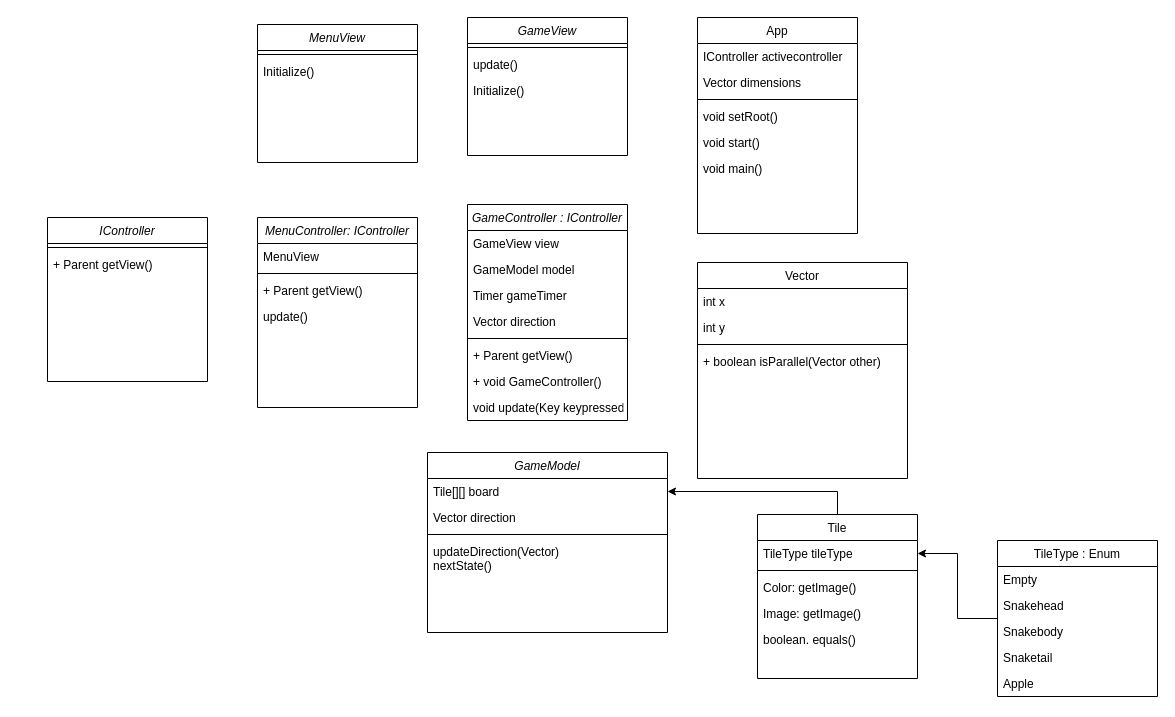
Buildasaurus/02104-Snake keeps this draw.io diagram as Documentation/MainClassDiagram.drawio. Above is the earlier version. Source tidied: cells renumbered, new cells numbered last; positions are measured from the earlier drawing's top-left corner, leaving out a move shared by most shapes. Both pictures are drawn from the tidied source at 100%, with x=0, y=0 at pixel (47, 17).
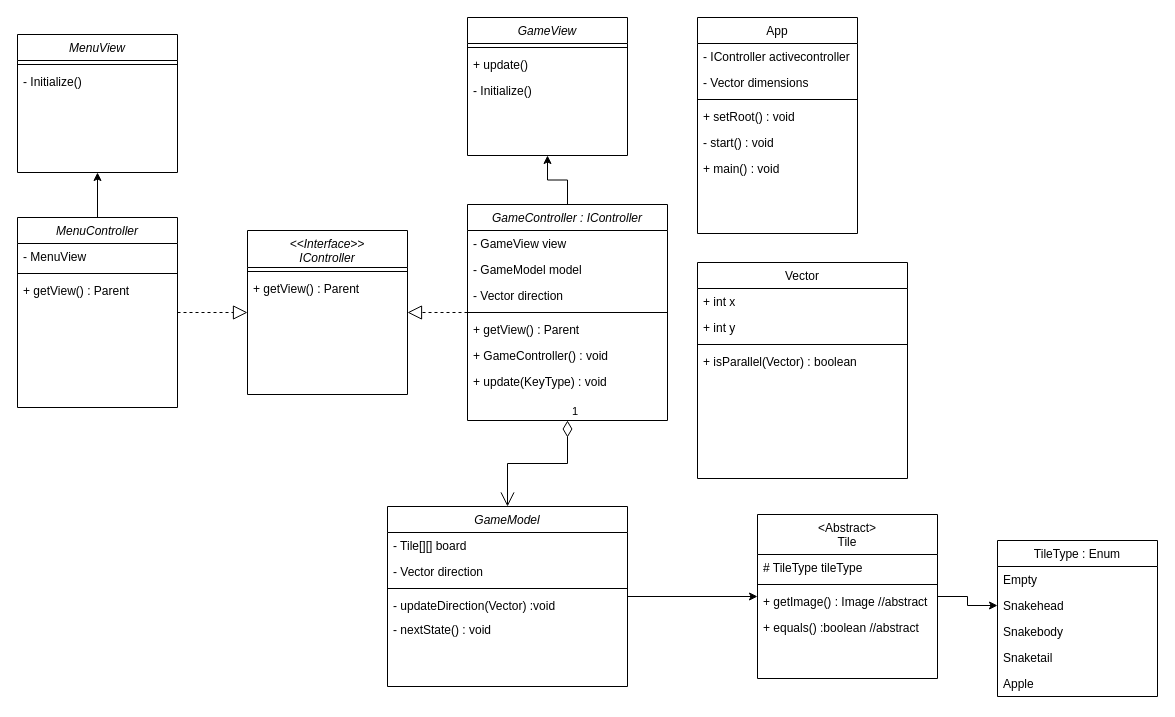
After the change.

Commit message (it also covers changes not shown here):
More flowchart + comments

The change refers to these unchanged cells:
```xml
<mxCell id="15" value="TileType : Enum" style="swimlane;fontStyle=0;align=center;verticalAlign=top;horizontal=1;startSize=26;rounded=0;shadow=0;strokeWidth=1;" parent="1" vertex="1">
  <mxGeometry x="950" y="523" width="160" height="156" as="geometry" />
</mxCell>
<mxCell id="17" value="Snakehead" style="text;align=left;verticalAlign=top;spacingLeft=4;spacingRight=4;overflow=hidden;points=[[0,0.5],[1,0.5]];portConstraint=eastwest;" parent="15" vertex="1">
  <mxGeometry y="52" width="160" height="26" as="geometry" />
</mxCell>
<mxCell id="21" value="Vector" style="swimlane;fontStyle=0;align=center;verticalAlign=top;horizontal=1;startSize=26;rounded=0;shadow=0;strokeWidth=1;" parent="1" vertex="1">
  <mxGeometry x="650" y="245" width="210" height="216" as="geometry" />
</mxCell>
<mxCell id="26" value="GameView" style="swimlane;fontStyle=2;align=center;verticalAlign=top;horizontal=1;startSize=26;rounded=0;shadow=0;strokeWidth=1;" parent="1" vertex="1">
  <mxGeometry x="420" width="160" height="138" as="geometry" />
</mxCell>
<mxCell id="33" value="App" style="swimlane;fontStyle=0;align=center;verticalAlign=top;horizontal=1;startSize=26;rounded=0;shadow=0;strokeWidth=1;" parent="1" vertex="1">
  <mxGeometry x="650" width="160" height="216" as="geometry" />
</mxCell>
```

What changed in the source:
```diff
@@
+    <mxCell id="57" style="edgeStyle=orthogonalEdgeStyle;rounded=0;jettySize=auto;html=1;" parent="1" edge="1" source="2" target="8">
+      <mxGeometry relative="1" as="geometry" />
+    </mxCell>
     <mxCell id="2" value="GameModel" style="swimlane;fontStyle=2;align=center;verticalAlign=top;horizontal=1;startSize=26;rounded=0;shadow=0;strokeWidth=1;" parent="1" vertex="1">
-      <mxGeometry x="380" y="435" width="240" height="180" as="geometry" />
+      <mxGeometry x="340" y="489" width="240" height="180" as="geometry" />
     </mxCell>
-    <mxCell id="3" value="Tile[][] board" style="text;align=left;verticalAlign=top;spacingLeft=4;spacingRight=4;overflow=hidden;points=[[0,0.5],[1,0.5]];portConstraint=eastwest;" parent="2" vertex="1">
+    <mxCell id="3" value="- Tile[][] board" style="text;align=left;verticalAlign=top;spacingLeft=4;spacingRight=4;overflow=hidden;points=[[0,0.5],[1,0.5]];portConstraint=eastwest;" parent="2" vertex="1">
       <mxGeometry y="26" width="240" height="26" as="geometry" />
     </mxCell>
-    <mxCell id="4" value="Vector direction" style="text;align=left;verticalAlign=top;spacingLeft=4;spacingRight=4;overflow=hidden;rounded=0;shadow=0;html=0;" parent="2" vertex="1">
+    <mxCell id="4" value="- Vector direction" style="text;align=left;verticalAlign=top;spacingLeft=4;spacingRight=4;overflow=hidden;rounded=0;shadow=0;html=0;" parent="2" vertex="1">
       <mxGeometry y="52" width="240" height="26" as="geometry" />
     </mxCell>
@@
-    <mxCell id="6" value="updateDirection(Vector)&#10;nextState()" style="text;align=left;verticalAlign=top;spacingLeft=4;spacingRight=4;overflow=hidden;" parent="2" vertex="1">
-      <mxGeometry y="86" width="240" height="68" as="geometry" />
+    <mxCell id="6" value="- updateDirection(Vector) :void " style="text;align=left;verticalAlign=top;spacingLeft=4;spacingRight=4;overflow=hidden;" parent="2" vertex="1">
+      <mxGeometry y="86" width="240" height="24" as="geometry" />
     </mxCell>
-    <mxCell id="7" style="edgeStyle=orthogonalEdgeStyle;rounded=0;jettySize=auto;html=1;" parent="1" edge="1" source="8" target="3">
-      <mxGeometry relative="1" as="geometry" />
-    </mxCell>
+    <mxCell id="58" value="- nextState() : void " style="text;align=left;verticalAlign=top;spacingLeft=4;spacingRight=4;overflow=hidden;" parent="2" vertex="1">
+      <mxGeometry y="110" width="240" height="24" as="geometry" />
+    </mxCell>
+    <mxCell id="59" style="edgeStyle=orthogonalEdgeStyle;rounded=0;jettySize=auto;html=1;" parent="1" edge="1" source="8" target="17">
+      <mxGeometry relative="1" as="geometry" />
+    </mxCell>
-    <mxCell id="8" value="Tile" style="swimlane;fontStyle=0;align=center;verticalAlign=top;horizontal=1;startSize=26;rounded=0;shadow=0;strokeWidth=1;" parent="1" vertex="1">
-      <mxGeometry x="710" y="497" width="160" height="164" as="geometry" />
+    <mxCell id="8" value="&lt;Abstract&gt;&#10;Tile" style="swimlane;fontStyle=0;align=center;verticalAlign=top;horizontal=1;startSize=40;rounded=0;shadow=0;strokeWidth=1;" parent="1" vertex="1">
+      <mxGeometry x="710" y="497" width="180" height="164" as="geometry" />
     </mxCell>
-    <mxCell id="9" value="TileType tileType" style="text;align=left;verticalAlign=top;spacingLeft=4;spacingRight=4;overflow=hidden;points=[[0,0.5],[1,0.5]];portConstraint=eastwest;" parent="8" vertex="1">
-      <mxGeometry y="26" width="160" height="26" as="geometry" />
+    <mxCell id="9" value="# TileType tileType" style="text;align=left;verticalAlign=top;spacingLeft=4;spacingRight=4;overflow=hidden;points=[[0,0.5],[1,0.5]];portConstraint=eastwest;" parent="8" vertex="1">
+      <mxGeometry y="40" width="180" height="26" as="geometry" />
     </mxCell>
     <mxCell id="10" style="line;html=1;strokeWidth=1;align=left;verticalAlign=middle;spacingTop=-1;spacingLeft=3;spacingRight=3;labelPosition=right;" parent="8" vertex="1">
-      <mxGeometry y="52" width="160" height="8" as="geometry" />
+      <mxGeometry y="66" width="180" height="8" as="geometry" />
     </mxCell>
-    <mxCell id="11" value="Color: getImage()" style="text;align=left;verticalAlign=top;spacingLeft=4;spacingRight=4;overflow=hidden;fontStyle=0;" parent="8" vertex="1">
-      <mxGeometry y="60" width="160" height="26" as="geometry" />
-    </mxCell>
-    <mxCell id="12" value="Image: getImage()" style="text;align=left;verticalAlign=top;spacingLeft=4;spacingRight=4;overflow=hidden;" parent="8" vertex="1">
-      <mxGeometry y="86" width="160" height="26" as="geometry" />
+    <mxCell id="12" value="+ getImage() : Image //abstract" style="text;align=left;verticalAlign=top;spacingLeft=4;spacingRight=4;overflow=hidden;" parent="8" vertex="1">
+      <mxGeometry y="74" width="180" height="26" as="geometry" />
     </mxCell>
-    <mxCell id="13" value="boolean. equals()" style="text;align=left;verticalAlign=top;spacingLeft=4;spacingRight=4;overflow=hidden;" parent="8" vertex="1">
-      <mxGeometry y="112" width="160" height="26" as="geometry" />
+    <mxCell id="13" value="+ equals() :boolean //abstract" style="text;align=left;verticalAlign=top;spacingLeft=4;spacingRight=4;overflow=hidden;" parent="8" vertex="1">
+      <mxGeometry y="100" width="180" height="26" as="geometry" />
     </mxCell>
-    <mxCell id="14" style="edgeStyle=orthogonalEdgeStyle;rounded=0;jettySize=auto;html=1;" parent="1" edge="1" source="15" target="9">
-      <mxGeometry relative="1" as="geometry" />
-    </mxCell>
@@
-    <mxCell id="22" value="int x" style="text;align=left;verticalAlign=top;spacingLeft=4;spacingRight=4;overflow=hidden;" parent="21" vertex="1">
+    <mxCell id="22" value="+ int x" style="text;align=left;verticalAlign=top;spacingLeft=4;spacingRight=4;overflow=hidden;" parent="21" vertex="1">
       <mxGeometry y="26" width="210" height="26" as="geometry" />
     </mxCell>
-    <mxCell id="23" value="int y" style="text;align=left;verticalAlign=top;spacingLeft=4;spacingRight=4;overflow=hidden;rounded=0;shadow=0;html=0;" parent="21" vertex="1">
+    <mxCell id="23" value="+ int y" style="text;align=left;verticalAlign=top;spacingLeft=4;spacingRight=4;overflow=hidden;rounded=0;shadow=0;html=0;" parent="21" vertex="1">
       <mxGeometry y="52" width="210" height="26" as="geometry" />
     </mxCell>
@@
-    <mxCell id="25" value="+ boolean isParallel(Vector other)" style="text;align=left;verticalAlign=top;spacingLeft=4;spacingRight=4;overflow=hidden;" parent="21" vertex="1">
+    <mxCell id="25" value="+ isParallel(Vector) : boolean " style="text;align=left;verticalAlign=top;spacingLeft=4;spacingRight=4;overflow=hidden;" parent="21" vertex="1">
       <mxGeometry y="86" width="210" height="26" as="geometry" />
     </mxCell>
@@
-    <mxCell id="28" value="update()" style="text;align=left;verticalAlign=top;spacingLeft=4;spacingRight=4;overflow=hidden;" parent="26" vertex="1">
+    <mxCell id="28" value="+ update()" style="text;align=left;verticalAlign=top;spacingLeft=4;spacingRight=4;overflow=hidden;" parent="26" vertex="1">
       <mxGeometry y="34" width="160" height="26" as="geometry" />
     </mxCell>
-    <mxCell id="29" value="Initialize()" style="text;align=left;verticalAlign=top;spacingLeft=4;spacingRight=4;overflow=hidden;" parent="26" vertex="1">
+    <mxCell id="29" value="- Initialize()" style="text;align=left;verticalAlign=top;spacingLeft=4;spacingRight=4;overflow=hidden;" parent="26" vertex="1">
       <mxGeometry y="60" width="160" height="26" as="geometry" />
     </mxCell>
-    <mxCell id="30" value="IController" style="swimlane;fontStyle=2;align=center;verticalAlign=top;horizontal=1;startSize=26;rounded=0;shadow=0;strokeWidth=1;" parent="1" vertex="1">
-      <mxGeometry y="200" width="160" height="164" as="geometry" />
+    <mxCell id="30" value="&lt;&lt;Interface&gt;&gt;&#10;IController" style="swimlane;fontStyle=2;align=center;verticalAlign=top;horizontal=1;startSize=37;rounded=0;shadow=0;strokeWidth=1;" parent="1" vertex="1">
+      <mxGeometry x="200" y="213" width="160" height="164" as="geometry" />
     </mxCell>
     <mxCell id="31" style="line;html=1;strokeWidth=1;align=left;verticalAlign=middle;spacingTop=-1;spacingLeft=3;spacingRight=3;labelPosition=right;" parent="30" vertex="1">
-      <mxGeometry y="26" width="160" height="8" as="geometry" />
+      <mxGeometry y="37" width="160" height="8" as="geometry" />
     </mxCell>
-    <mxCell id="32" value="+ Parent getView()" style="text;align=left;verticalAlign=top;spacingLeft=4;spacingRight=4;overflow=hidden;" parent="30" vertex="1">
-      <mxGeometry y="34" width="160" height="26" as="geometry" />
+    <mxCell id="32" value="+ getView() : Parent " style="text;align=left;verticalAlign=top;spacingLeft=4;spacingRight=4;overflow=hidden;" parent="30" vertex="1">
+      <mxGeometry y="45" width="160" height="26" as="geometry" />
     </mxCell>
@@
-    <mxCell id="34" value="IController activecontroller" style="text;align=left;verticalAlign=top;spacingLeft=4;spacingRight=4;overflow=hidden;" parent="33" vertex="1">
+    <mxCell id="34" value="- IController activecontroller" style="text;align=left;verticalAlign=top;spacingLeft=4;spacingRight=4;overflow=hidden;" parent="33" vertex="1">
       <mxGeometry y="26" width="160" height="26" as="geometry" />
     </mxCell>
-    <mxCell id="35" value="Vector dimensions" style="text;align=left;verticalAlign=top;spacingLeft=4;spacingRight=4;overflow=hidden;" parent="33" vertex="1">
+    <mxCell id="35" value="- Vector dimensions" style="text;align=left;verticalAlign=top;spacingLeft=4;spacingRight=4;overflow=hidden;" parent="33" vertex="1">
       <mxGeometry y="52" width="160" height="26" as="geometry" />
     </mxCell>
@@
-    <mxCell id="37" value="void setRoot()" style="text;align=left;verticalAlign=top;spacingLeft=4;spacingRight=4;overflow=hidden;" parent="33" vertex="1">
+    <mxCell id="37" value="+ setRoot() : void " style="text;align=left;verticalAlign=top;spacingLeft=4;spacingRight=4;overflow=hidden;" parent="33" vertex="1">
       <mxGeometry y="86" width="160" height="26" as="geometry" />
     </mxCell>
-    <mxCell id="38" value="void start()" style="text;align=left;verticalAlign=top;spacingLeft=4;spacingRight=4;overflow=hidden;" parent="33" vertex="1">
+    <mxCell id="38" value="- start() : void " style="text;align=left;verticalAlign=top;spacingLeft=4;spacingRight=4;overflow=hidden;" parent="33" vertex="1">
       <mxGeometry y="112" width="160" height="26" as="geometry" />
     </mxCell>
-    <mxCell id="39" value="void main()" style="text;align=left;verticalAlign=top;spacingLeft=4;spacingRight=4;overflow=hidden;" parent="33" vertex="1">
+    <mxCell id="39" value="+ main() : void " style="text;align=left;verticalAlign=top;spacingLeft=4;spacingRight=4;overflow=hidden;" parent="33" vertex="1">
       <mxGeometry y="138" width="160" height="26" as="geometry" />
     </mxCell>
+    <mxCell id="60" style="edgeStyle=orthogonalEdgeStyle;rounded=0;jettySize=auto;html=1;" parent="1" edge="1" source="40" target="26">
+      <mxGeometry relative="1" as="geometry" />
+    </mxCell>
     <mxCell id="40" value="GameController : IController" style="swimlane;fontStyle=2;align=center;verticalAlign=top;horizontal=1;startSize=26;rounded=0;shadow=0;strokeWidth=1;" parent="1" vertex="1">
-      <mxGeometry x="420" y="187" width="160" height="216" as="geometry" />
+      <mxGeometry x="420" y="187" width="200" height="216" as="geometry" />
     </mxCell>
-    <mxCell id="41" value="GameView view" style="text;align=left;verticalAlign=top;spacingLeft=4;spacingRight=4;overflow=hidden;rounded=0;shadow=0;html=0;" parent="40" vertex="1">
-      <mxGeometry y="26" width="160" height="26" as="geometry" />
+    <mxCell id="41" value="- GameView view" style="text;align=left;verticalAlign=top;spacingLeft=4;spacingRight=4;overflow=hidden;rounded=0;shadow=0;html=0;" parent="40" vertex="1">
+      <mxGeometry y="26" width="200" height="26" as="geometry" />
     </mxCell>
-    <mxCell id="42" value="GameModel model" style="text;align=left;verticalAlign=top;spacingLeft=4;spacingRight=4;overflow=hidden;rounded=0;shadow=0;html=0;" parent="40" vertex="1">
-      <mxGeometry y="52" width="160" height="26" as="geometry" />
+    <mxCell id="42" value="- GameModel model" style="text;align=left;verticalAlign=top;spacingLeft=4;spacingRight=4;overflow=hidden;rounded=0;shadow=0;html=0;" parent="40" vertex="1">
+      <mxGeometry y="52" width="200" height="26" as="geometry" />
     </mxCell>
-    <mxCell id="43" value="Timer gameTimer" style="text;align=left;verticalAlign=top;spacingLeft=4;spacingRight=4;overflow=hidden;rounded=0;shadow=0;html=0;" parent="40" vertex="1">
-      <mxGeometry y="78" width="160" height="26" as="geometry" />
-    </mxCell>
-    <mxCell id="44" value="Vector direction" style="text;align=left;verticalAlign=top;spacingLeft=4;spacingRight=4;overflow=hidden;rounded=0;shadow=0;html=0;" parent="40" vertex="1">
-      <mxGeometry y="104" width="160" height="26" as="geometry" />
+    <mxCell id="44" value="- Vector direction" style="text;align=left;verticalAlign=top;spacingLeft=4;spacingRight=4;overflow=hidden;rounded=0;shadow=0;html=0;" parent="40" vertex="1">
+      <mxGeometry y="78" width="200" height="26" as="geometry" />
     </mxCell>
     <mxCell id="45" style="line;html=1;strokeWidth=1;align=left;verticalAlign=middle;spacingTop=-1;spacingLeft=3;spacingRight=3;labelPosition=right;" parent="40" vertex="1">
-      <mxGeometry y="130" width="160" height="8" as="geometry" />
+      <mxGeometry y="104" width="200" height="8" as="geometry" />
     </mxCell>
-    <mxCell id="46" value="+ Parent getView()" style="text;align=left;verticalAlign=top;spacingLeft=4;spacingRight=4;overflow=hidden;" parent="40" vertex="1">
-      <mxGeometry y="138" width="160" height="26" as="geometry" />
+    <mxCell id="46" value="+ getView() : Parent" style="text;align=left;verticalAlign=top;spacingLeft=4;spacingRight=4;overflow=hidden;" parent="40" vertex="1">
+      <mxGeometry y="112" width="200" height="26" as="geometry" />
     </mxCell>
-    <mxCell id="47" value="+ void GameController()" style="text;align=left;verticalAlign=top;spacingLeft=4;spacingRight=4;overflow=hidden;" parent="40" vertex="1">
-      <mxGeometry y="164" width="160" height="26" as="geometry" />
+    <mxCell id="47" value="+ GameController() : void " style="text;align=left;verticalAlign=top;spacingLeft=4;spacingRight=4;overflow=hidden;" parent="40" vertex="1">
+      <mxGeometry y="138" width="200" height="26" as="geometry" />
     </mxCell>
-    <mxCell id="48" value="void update(Key keypressed)" style="text;align=left;verticalAlign=top;spacingLeft=4;spacingRight=4;overflow=hidden;" parent="40" vertex="1">
-      <mxGeometry y="190" width="160" height="26" as="geometry" />
+    <mxCell id="48" value="+ update(KeyType) : void" style="text;align=left;verticalAlign=top;spacingLeft=4;spacingRight=4;overflow=hidden;" parent="40" vertex="1">
+      <mxGeometry y="164" width="200" height="26" as="geometry" />
     </mxCell>
+    <mxCell id="61" style="edgeStyle=orthogonalEdgeStyle;rounded=0;jettySize=auto;html=1;" parent="1" edge="1" source="49" target="54">
+      <mxGeometry relative="1" as="geometry" />
+    </mxCell>
-    <mxCell id="49" value="MenuController: IController" style="swimlane;fontStyle=2;align=center;verticalAlign=top;horizontal=1;startSize=26;rounded=0;shadow=0;strokeWidth=1;" parent="1" vertex="1">
-      <mxGeometry x="210" y="200" width="160" height="190" as="geometry" />
+    <mxCell id="49" value="MenuController" style="swimlane;fontStyle=2;align=center;verticalAlign=top;horizontal=1;startSize=26;rounded=0;shadow=0;strokeWidth=1;" parent="1" vertex="1">
+      <mxGeometry x="-30" y="200" width="160" height="190" as="geometry" />
     </mxCell>
-    <mxCell id="50" value="MenuView" style="text;align=left;verticalAlign=top;spacingLeft=4;spacingRight=4;overflow=hidden;rounded=0;shadow=0;html=0;" parent="49" vertex="1">
+    <mxCell id="50" value="- MenuView" style="text;align=left;verticalAlign=top;spacingLeft=4;spacingRight=4;overflow=hidden;rounded=0;shadow=0;html=0;" parent="49" vertex="1">
       <mxGeometry y="26" width="160" height="26" as="geometry" />
     </mxCell>
@@
-    <mxCell id="52" value="+ Parent getView()" style="text;align=left;verticalAlign=top;spacingLeft=4;spacingRight=4;overflow=hidden;" parent="49" vertex="1">
+    <mxCell id="52" value="+ getView() : Parent " style="text;align=left;verticalAlign=top;spacingLeft=4;spacingRight=4;overflow=hidden;" parent="49" vertex="1">
       <mxGeometry y="60" width="160" height="26" as="geometry" />
     </mxCell>
-    <mxCell id="53" value="update()" style="text;align=left;verticalAlign=top;spacingLeft=4;spacingRight=4;overflow=hidden;" parent="49" vertex="1">
-      <mxGeometry y="86" width="160" height="26" as="geometry" />
-    </mxCell>
     <mxCell id="54" value="MenuView" style="swimlane;fontStyle=2;align=center;verticalAlign=top;horizontal=1;startSize=26;rounded=0;shadow=0;strokeWidth=1;" parent="1" vertex="1">
-      <mxGeometry x="210" y="7" width="160" height="138" as="geometry" />
+      <mxGeometry x="-30" y="17" width="160" height="138" as="geometry" />
     </mxCell>
@@
-    <mxCell id="56" value="Initialize()" style="text;align=left;verticalAlign=top;spacingLeft=4;spacingRight=4;overflow=hidden;" parent="54" vertex="1">
+    <mxCell id="56" value="- Initialize()" style="text;align=left;verticalAlign=top;spacingLeft=4;spacingRight=4;overflow=hidden;" parent="54" vertex="1">
       <mxGeometry y="34" width="160" height="26" as="geometry" />
     </mxCell>
+    <mxCell id="62" style="endArrow=block;dashed=1;endFill=0;endSize=12;html=1;rounded=0;" parent="1" edge="1" source="49" target="30">
+      <mxGeometry relative="1" as="geometry" />
+    </mxCell>
+    <mxCell id="63" style="endArrow=block;dashed=1;endFill=0;endSize=12;html=1;rounded=0;" parent="1" edge="1" source="40" target="30">
+      <mxGeometry relative="1" as="geometry" />
+    </mxCell>
+    <mxCell id="64" value="1" style="endArrow=open;html=1;endSize=12;startArrow=diamondThin;startSize=14;startFill=0;edgeStyle=orthogonalEdgeStyle;align=left;verticalAlign=bottom;rounded=0;" parent="1" edge="1" source="40" target="2">
+      <mxGeometry x="-1" y="3" relative="1" as="geometry" />
+    </mxCell>
```
